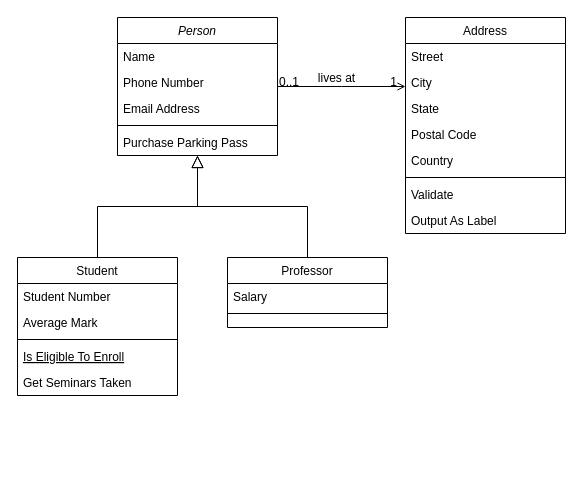
The draw.io diagram 201927044.drawio in MASIminseok/RWStudy, before the edit. Source tidied: cells renumbered, new cells numbered last; positions are measured from the earlier drawing's top-left corner, leaving out a move shared by most shapes. Both pictures are drawn from the tidied source at 100%, with x=0, y=0 at pixel (17, 17).
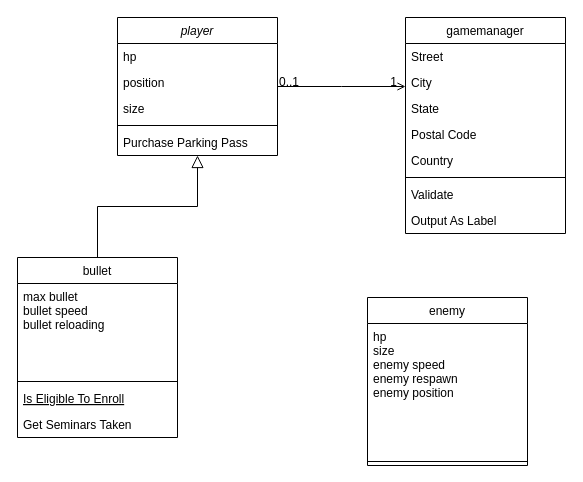
Above is the later version.

The change refers to these unchanged cells:
```xml
<mxCell id="28" style="endArrow=open;shadow=0;strokeWidth=1;rounded=0;endFill=1;edgeStyle=elbowEdgeStyle;elbow=vertical;" parent="1" edge="1" source="2" target="19">
  <mxGeometry x="0.5" y="41" relative="1" as="geometry">
    <mxPoint x="-40" y="32" as="offset" />
  </mxGeometry>
</mxCell>
```

The edit, as a diff of the source:
```diff
@@
-    <mxCell id="2" value="Person" style="swimlane;fontStyle=2;align=center;verticalAlign=top;horizontal=1;startSize=26;rounded=0;shadow=0;strokeWidth=1;" parent="1" vertex="1">
+    <mxCell id="2" value="player" style="swimlane;fontStyle=2;align=center;verticalAlign=top;horizontal=1;startSize=26;rounded=0;shadow=0;strokeWidth=1;" parent="1" vertex="1">
       <mxGeometry x="100" width="160" height="138" as="geometry" />
     </mxCell>
-    <mxCell id="3" value="Name" style="text;align=left;verticalAlign=top;spacingLeft=4;spacingRight=4;overflow=hidden;" parent="2" vertex="1">
+    <mxCell id="3" value="hp" style="text;align=left;verticalAlign=top;spacingLeft=4;spacingRight=4;overflow=hidden;" parent="2" vertex="1">
       <mxGeometry y="26" width="160" height="26" as="geometry" />
     </mxCell>
-    <mxCell id="4" value="Phone Number" style="text;align=left;verticalAlign=top;spacingLeft=4;spacingRight=4;overflow=hidden;rounded=0;shadow=0;html=0;" parent="2" vertex="1">
+    <mxCell id="4" value="position" style="text;align=left;verticalAlign=top;spacingLeft=4;spacingRight=4;overflow=hidden;rounded=0;shadow=0;html=0;" parent="2" vertex="1">
       <mxGeometry y="52" width="160" height="26" as="geometry" />
     </mxCell>
-    <mxCell id="5" value="Email Address" style="text;align=left;verticalAlign=top;spacingLeft=4;spacingRight=4;overflow=hidden;rounded=0;shadow=0;html=0;" parent="2" vertex="1">
+    <mxCell id="5" value="size" style="text;align=left;verticalAlign=top;spacingLeft=4;spacingRight=4;overflow=hidden;rounded=0;shadow=0;html=0;" parent="2" vertex="1">
       <mxGeometry y="78" width="160" height="26" as="geometry" />
     </mxCell>
@@
-    <mxCell id="8" value="Student" style="swimlane;fontStyle=0;align=center;verticalAlign=top;horizontal=1;startSize=26;rounded=0;shadow=0;strokeWidth=1;" parent="1" vertex="1">
-      <mxGeometry y="240" width="160" height="138" as="geometry" />
+    <mxCell id="8" value="bullet" style="swimlane;fontStyle=0;align=center;verticalAlign=top;horizontal=1;startSize=26;rounded=0;shadow=0;strokeWidth=1;" parent="1" vertex="1">
+      <mxGeometry y="240" width="160" height="180" as="geometry" />
     </mxCell>
-    <mxCell id="9" value="Student Number" style="text;align=left;verticalAlign=top;spacingLeft=4;spacingRight=4;overflow=hidden;" parent="8" vertex="1">
-      <mxGeometry y="26" width="160" height="26" as="geometry" />
+    <mxCell id="9" value="max bullet&#10;bullet speed&#10;bullet reloading&#10;" style="text;align=left;verticalAlign=top;spacingLeft=4;spacingRight=4;overflow=hidden;" parent="8" vertex="1">
+      <mxGeometry y="26" width="160" height="94" as="geometry" />
     </mxCell>
-    <mxCell id="10" value="Average Mark" style="text;align=left;verticalAlign=top;spacingLeft=4;spacingRight=4;overflow=hidden;rounded=0;shadow=0;html=0;" parent="8" vertex="1">
-      <mxGeometry y="52" width="160" height="26" as="geometry" />
-    </mxCell>
     <mxCell id="11" style="line;html=1;strokeWidth=1;align=left;verticalAlign=middle;spacingTop=-1;spacingLeft=3;spacingRight=3;labelPosition=right;" parent="8" vertex="1">
-      <mxGeometry y="78" width="160" height="8" as="geometry" />
+      <mxGeometry y="120" width="160" height="8" as="geometry" />
     </mxCell>
     <mxCell id="12" value="Is Eligible To Enroll" style="text;align=left;verticalAlign=top;spacingLeft=4;spacingRight=4;overflow=hidden;fontStyle=4;" parent="8" vertex="1">
-      <mxGeometry y="86" width="160" height="26" as="geometry" />
+      <mxGeometry y="128" width="160" height="26" as="geometry" />
     </mxCell>
     <mxCell id="13" value="Get Seminars Taken" style="text;align=left;verticalAlign=top;spacingLeft=4;spacingRight=4;overflow=hidden;" parent="8" vertex="1">
-      <mxGeometry y="112" width="160" height="26" as="geometry" />
+      <mxGeometry y="154" width="160" height="26" as="geometry" />
     </mxCell>
@@
-    <mxCell id="15" value="Professor" style="swimlane;fontStyle=0;align=center;verticalAlign=top;horizontal=1;startSize=26;rounded=0;shadow=0;strokeWidth=1;" parent="1" vertex="1">
-      <mxGeometry x="210" y="240" width="160" height="70" as="geometry" />
+    <mxCell id="15" value="enemy" style="swimlane;fontStyle=0;align=center;verticalAlign=top;horizontal=1;startSize=26;rounded=0;shadow=0;strokeWidth=1;" parent="1" vertex="1">
+      <mxGeometry x="350" y="280" width="160" height="168" as="geometry" />
     </mxCell>
-    <mxCell id="16" value="Salary" style="text;align=left;verticalAlign=top;spacingLeft=4;spacingRight=4;overflow=hidden;" parent="15" vertex="1">
-      <mxGeometry y="26" width="160" height="26" as="geometry" />
+    <mxCell id="16" value="hp&#10;size&#10;enemy speed&#10;enemy respawn&#10;enemy position" style="text;align=left;verticalAlign=top;spacingLeft=4;spacingRight=4;overflow=hidden;" parent="15" vertex="1">
+      <mxGeometry y="26" width="160" height="134" as="geometry" />
     </mxCell>
     <mxCell id="17" style="line;html=1;strokeWidth=1;align=left;verticalAlign=middle;spacingTop=-1;spacingLeft=3;spacingRight=3;labelPosition=right;" parent="15" vertex="1">
-      <mxGeometry y="52" width="160" height="8" as="geometry" />
+      <mxGeometry y="160" width="160" height="8" as="geometry" />
     </mxCell>
-    <mxCell id="18" style="endArrow=block;endSize=10;endFill=0;shadow=0;strokeWidth=1;rounded=0;edgeStyle=elbowEdgeStyle;elbow=vertical;" parent="1" edge="1" source="15" target="2">
-      <mxGeometry relative="1" as="geometry" />
-    </mxCell>
-    <mxCell id="19" value="Address" style="swimlane;fontStyle=0;align=center;verticalAlign=top;horizontal=1;startSize=26;rounded=0;shadow=0;strokeWidth=1;" parent="1" vertex="1">
+    <mxCell id="19" value="gamemanager" style="swimlane;fontStyle=0;align=center;verticalAlign=top;horizontal=1;startSize=26;rounded=0;shadow=0;strokeWidth=1;" parent="1" vertex="1">
       <mxGeometry x="388" width="160" height="216" as="geometry" />
     </mxCell>
@@
-    <mxCell id="31" value="lives at" style="text;html=1;align=center;verticalAlign=middle;labelBackgroundColor=none;rounded=0;shadow=0;strokeWidth=1;fontSize=12;" parent="28" vertex="1">
-      <mxGeometry x="0.5" y="49" relative="1" as="geometry">
-        <mxPoint x="-38" y="40" as="offset" />
-      </mxGeometry>
-    </mxCell>
```
